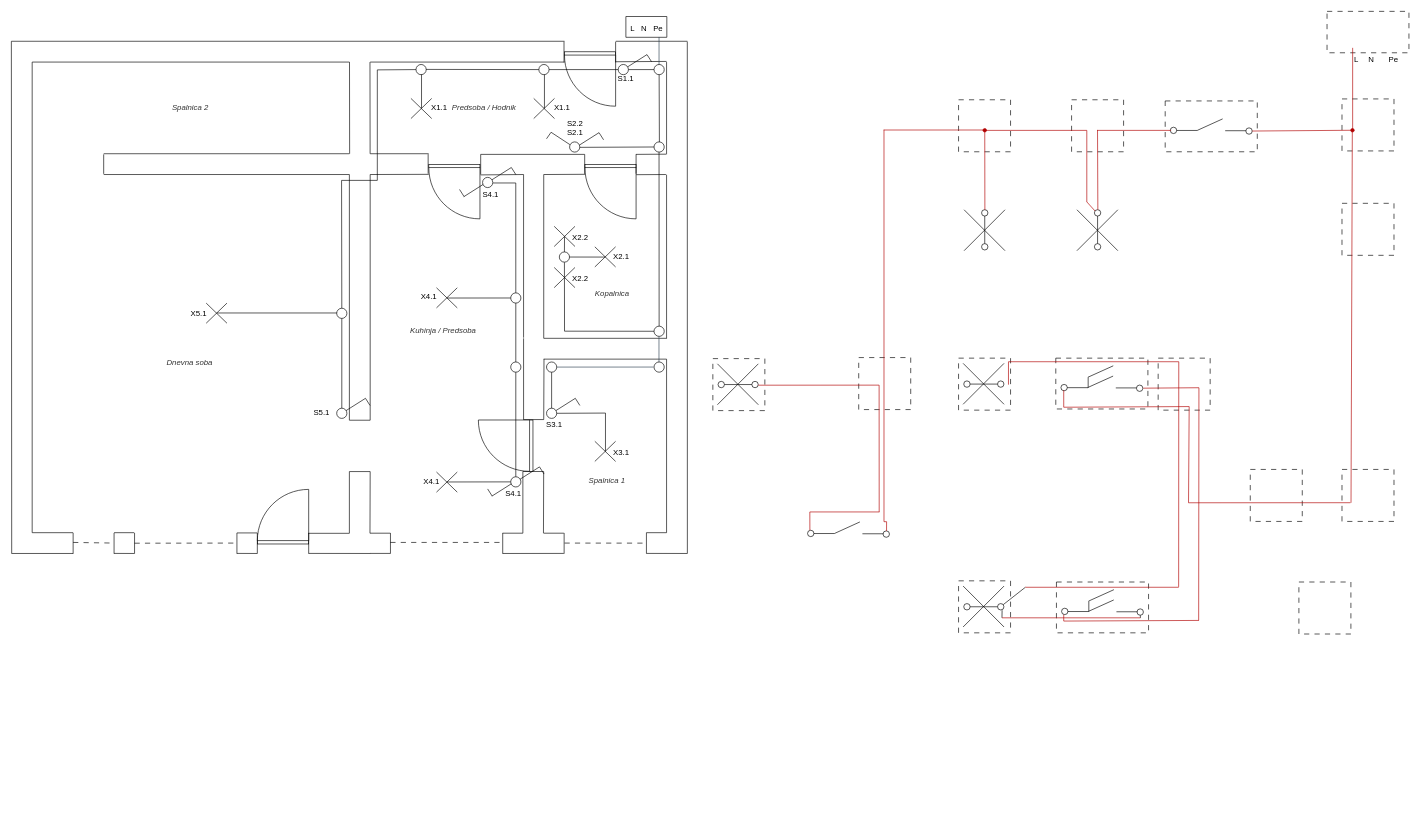
Above: Flat.drawio in Pino-Tortellino/Implementation-Schemes (draw.io), before the change. Source tidied: cells renumbered, new cells numbered last; positions are measured from the earlier drawing's top-left corner, leaving out a move shared by most shapes. Both pictures are drawn from the tidied source at 65%, with x=0, y=0 at pixel (11, 11).
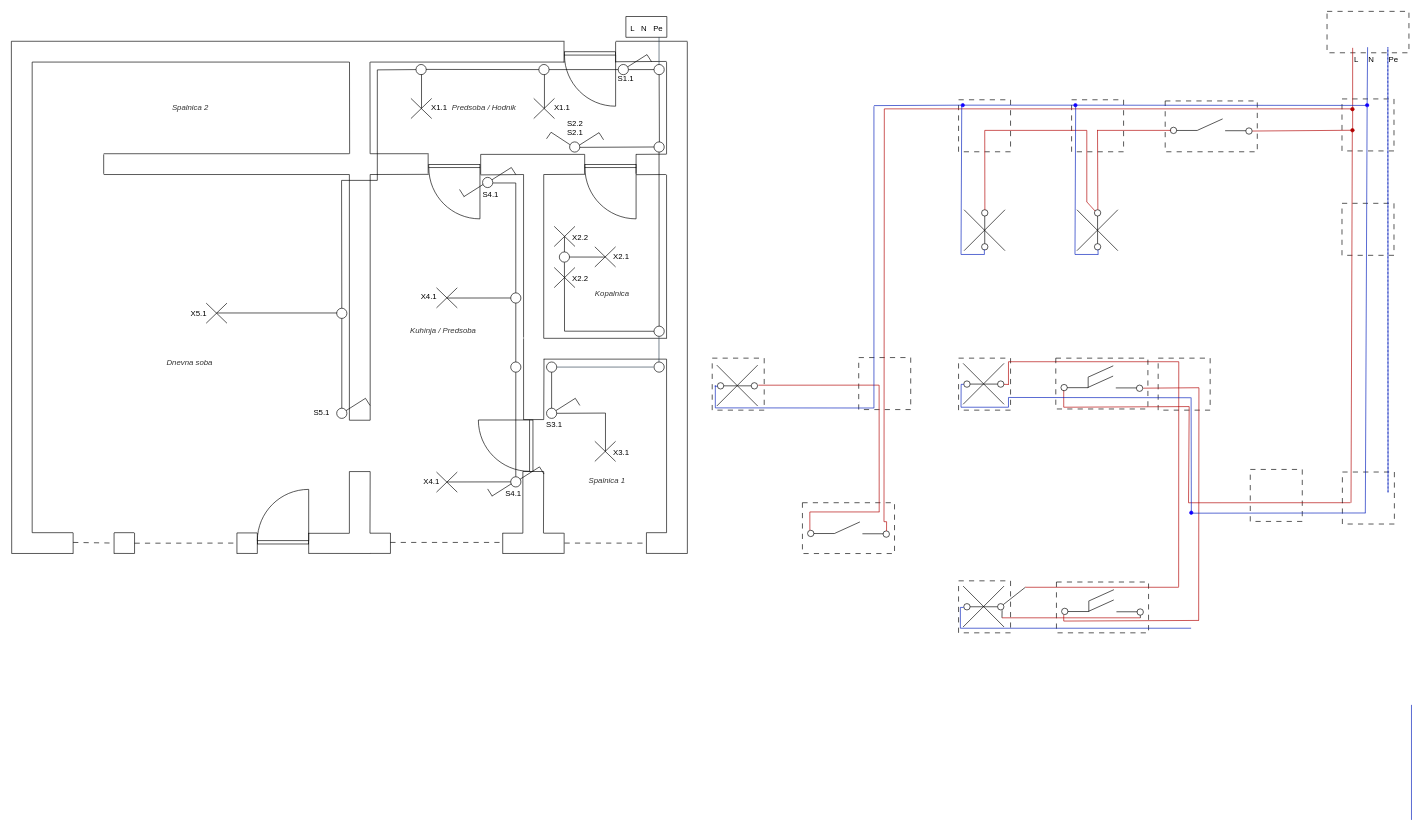
The same page after the edit.

Unchanged cells that the change refers to:
```xml
<mxCell id="221" style="group;" parent="1" vertex="1">
  <mxGeometry x="1217" y="757.9" width="141.7" height="78.2" as="geometry" />
</mxCell>
<mxCell id="231" style="group;" parent="1" vertex="1">
  <mxGeometry x="1457.2" y="295.3" width="80" height="80" as="geometry" />
</mxCell>
<mxCell id="237" style="group;rotation=90;" parent="1" vertex="1">
  <mxGeometry x="1457.2" y="533.5" width="80" height="80" as="geometry" />
</mxCell>
<mxCell id="245" style="group;rotation=90;" parent="1" vertex="1">
  <mxGeometry x="1457.2" y="876.1" width="80" height="80" as="geometry" />
</mxCell>
<mxCell id="251" style="ellipse;whiteSpace=wrap;html=1;fillColor=none;rotation=90;" parent="245" vertex="1">
  <mxGeometry x="8" y="35" width="9.8" height="9.8" as="geometry" />
</mxCell>
```

Diff of the diagram source:
```diff
@@
     <mxCell id="207" style="group;rotation=90;" parent="1" vertex="1">
-      <mxGeometry x="1079.2" y="534.2" width="80" height="80" as="geometry" />
+      <mxGeometry x="1078.2" y="536.2" width="80" height="80" as="geometry" />
     </mxCell>
-    <mxCell id="208" style="whiteSpace=wrap;html=1;fillColor=none;dashed=1;dashPattern=8 8;rotation=90;" parent="207" vertex="1">
-      <mxGeometry width="80" height="80" as="geometry" />
-    </mxCell>
@@
-    <mxCell id="214" style="group;" parent="1" vertex="1">
-      <mxGeometry x="1775.1" y="137.8" width="141.7" height="78.2" as="geometry" />
-    </mxCell>
-    <mxCell id="215" style="rounded=0;whiteSpace=wrap;html=1;fillColor=none;dashed=1;dashPattern=8 8;" parent="214" vertex="1">
-      <mxGeometry width="141.7" height="78.2" as="geometry" />
-    </mxCell>
-    <mxCell id="216" style="endArrow=none;html=1;rounded=0;" parent="214" edge="1">
-      <mxGeometry relative="1" as="geometry">
-        <mxPoint x="17.5" y="45.4" as="sourcePoint" />
-        <mxPoint x="49.5" y="45.4" as="targetPoint" />
-      </mxGeometry>
-    </mxCell>
-    <mxCell id="217" style="endArrow=none;html=1;rounded=0;" parent="214" edge="1">
-      <mxGeometry relative="1" as="geometry">
-        <mxPoint x="49.4" y="45.3" as="sourcePoint" />
-        <mxPoint x="88.4" y="27.6" as="targetPoint" />
-      </mxGeometry>
-    </mxCell>
-    <mxCell id="218" style="endArrow=none;html=1;rounded=0;" parent="214" edge="1">
-      <mxGeometry relative="1" as="geometry">
-        <mxPoint x="92.3" y="45.8" as="sourcePoint" />
-        <mxPoint x="124.3" y="45.8" as="targetPoint" />
-      </mxGeometry>
-    </mxCell>
-    <mxCell id="219" style="ellipse;whiteSpace=wrap;html=1;fillColor=none;" parent="214" vertex="1">
-      <mxGeometry x="7.9" y="40.4" width="9.8" height="9.8" as="geometry" />
-    </mxCell>
-    <mxCell id="220" style="ellipse;whiteSpace=wrap;html=1;fillColor=none;" parent="214" vertex="1">
-      <mxGeometry x="124.1" y="41.4" width="9.8" height="9.8" as="geometry" />
-    </mxCell>
+    <mxCell id="306" style="endArrow=none;html=1;rounded=0;fillColor=#0050ef;strokeColor=light-dark(#001DBC, #0026ff);" parent="207" edge="1">
+      <mxGeometry relative="1" as="geometry">
+        <mxPoint x="7.9" y="40.6" as="sourcePoint" />
+        <mxPoint x="3.9" y="40.6" as="targetPoint" />
+      </mxGeometry>
+    </mxCell>
+    <mxCell id="208" style="whiteSpace=wrap;html=1;fillColor=none;dashed=1;dashPattern=8 8;rotation=90;" parent="207" vertex="1">
+      <mxGeometry y="-2.7" width="80" height="80" as="geometry" />
+    </mxCell>
@@
+    <mxCell id="307" style="rounded=0;whiteSpace=wrap;html=1;fillColor=none;dashed=1;dashPattern=8 8;" parent="221" vertex="1">
+      <mxGeometry y="-2" width="141.7" height="78.2" as="geometry" />
+    </mxCell>
@@
-    <mxCell id="230" style="whiteSpace=wrap;html=1;fillColor=none;dashed=1;dashPattern=8 8;" parent="1" vertex="1">
-      <mxGeometry x="2047.1" y="704.7" width="80" height="80" as="geometry" />
-    </mxCell>
@@
+    <mxCell id="308" style="endArrow=none;html=1;rounded=0;fillColor=#0050ef;strokeColor=light-dark(#001DBC, #0026ff);" parent="231" edge="1">
+      <mxGeometry relative="1" as="geometry">
+        <mxPoint x="3.9" y="78.7" as="sourcePoint" />
+        <mxPoint x="39.8" y="78.7" as="targetPoint" />
+      </mxGeometry>
+    </mxCell>
@@
+    <mxCell id="309" style="endArrow=none;html=1;rounded=0;fillColor=#e51400;strokeColor=light-dark(#B20000,#FF1200);" parent="237" edge="1">
+      <mxGeometry relative="1" as="geometry">
+        <mxPoint x="69.9" y="40.3" as="sourcePoint" />
+        <mxPoint x="77.3" y="40.5" as="targetPoint" />
+      </mxGeometry>
+    </mxCell>
+    <mxCell id="310" style="endArrow=none;html=1;rounded=0;fillColor=#0050ef;strokeColor=light-dark(#001DBC, #0026ff);" parent="237" edge="1">
+      <mxGeometry relative="1" as="geometry">
+        <mxPoint x="7.9" y="40.3" as="sourcePoint" />
+        <mxPoint x="3.9" y="40.3" as="targetPoint" />
+      </mxGeometry>
+    </mxCell>
@@
-    <mxCell id="254" style="group;" parent="1" vertex="1">
-      <mxGeometry x="1606.8" y="533.5" width="141.7" height="78.2" as="geometry" />
-    </mxCell>
-    <mxCell id="255" style="endArrow=none;html=1;rounded=0;" parent="254" edge="1">
-      <mxGeometry relative="1" as="geometry">
-        <mxPoint x="17.5" y="45.4" as="sourcePoint" />
-        <mxPoint x="49.5" y="45.4" as="targetPoint" />
-      </mxGeometry>
-    </mxCell>
-    <mxCell id="256" style="endArrow=none;html=1;rounded=0;" parent="254" edge="1">
-      <mxGeometry relative="1" as="geometry">
-        <mxPoint x="49.4" y="29.4" as="sourcePoint" />
-        <mxPoint x="88.4" y="11.8" as="targetPoint" />
-      </mxGeometry>
-    </mxCell>
-    <mxCell id="257" style="endArrow=none;html=1;rounded=0;" parent="254" edge="1">
-      <mxGeometry relative="1" as="geometry">
-        <mxPoint x="92.3" y="45.8" as="sourcePoint" />
-        <mxPoint x="124.3" y="45.8" as="targetPoint" />
-      </mxGeometry>
-    </mxCell>
-    <mxCell id="258" style="ellipse;whiteSpace=wrap;html=1;fillColor=none;" parent="254" vertex="1">
-      <mxGeometry x="7.9" y="40.4" width="9.8" height="9.8" as="geometry" />
-    </mxCell>
-    <mxCell id="259" style="ellipse;whiteSpace=wrap;html=1;fillColor=none;" parent="254" vertex="1">
-      <mxGeometry x="124.1" y="41.4" width="9.8" height="9.8" as="geometry" />
-    </mxCell>
-    <mxCell id="260" style="endArrow=none;html=1;rounded=0;" parent="254" edge="1">
-      <mxGeometry relative="1" as="geometry">
-        <mxPoint x="49.2" y="45.2" as="sourcePoint" />
-        <mxPoint x="88.2" y="27.6" as="targetPoint" />
-      </mxGeometry>
-    </mxCell>
-    <mxCell id="261" style="endArrow=none;html=1;rounded=0;" parent="254" edge="1">
-      <mxGeometry relative="1" as="geometry">
-        <mxPoint x="49.8" y="45.6" as="sourcePoint" />
-        <mxPoint x="49.8" y="29.6" as="targetPoint" />
-      </mxGeometry>
-    </mxCell>
-    <mxCell id="262" style="group;" parent="254" vertex="1">
-      <mxGeometry width="141.7" height="78.2" as="geometry" />
-    </mxCell>
-    <mxCell id="263" style="rounded=0;whiteSpace=wrap;html=1;fillColor=none;dashed=1;dashPattern=8 8;" parent="262" vertex="1">
-      <mxGeometry width="141.7" height="78.2" as="geometry" />
-    </mxCell>
+    <mxCell id="311" style="endArrow=none;html=1;rounded=0;fillColor=#0050ef;strokeColor=light-dark(#001DBC, #0026ff);exitX=0.603;exitY=1.021;exitDx=0;exitDy=0;exitPerimeter=0;" parent="245" edge="1" source="251">
+      <mxGeometry relative="1" as="geometry">
+        <mxPoint x="2.8" y="40.9" as="targetPoint" />
+      </mxGeometry>
+    </mxCell>
@@
-    <mxCell id="271" style="endArrow=none;html=1;rounded=0;fillColor=#e51400;strokeColor=light-dark(#B20000,#FF1200);" parent="1" edge="1" source="273">
+    <mxCell id="271" style="endArrow=none;html=1;rounded=0;fillColor=#e51400;strokeColor=light-dark(#B20000,#FF1200);" parent="1" edge="1">
       <mxGeometry relative="1" as="geometry">
+        <mxPoint x="1497.5" y="183.1" as="sourcePoint" />
         <mxPoint x="1497.5" y="183.1" as="targetPoint" />
       </mxGeometry>
     </mxCell>
-    <mxCell id="272" style="endArrow=none;html=1;rounded=0;fillColor=#e51400;strokeColor=light-dark(#B20000,#FF1200);entryX=0.501;entryY=0.54;entryDx=0;entryDy=0;entryPerimeter=0;" parent="1" edge="1" target="273">
+    <mxCell id="272" style="endArrow=none;html=1;rounded=0;fillColor=#e51400;strokeColor=light-dark(#B20000,#FF1200);entryX=0.501;entryY=0.54;entryDx=0;entryDy=0;entryPerimeter=0;" parent="1" edge="1">
       <mxGeometry relative="1" as="geometry">
         <mxPoint x="1497.7" y="305.4" as="sourcePoint" />
+        <mxPoint x="1497.5" y="183.1" as="targetPoint" />
       </mxGeometry>
     </mxCell>
-    <mxCell id="273" style="ellipse;whiteSpace=wrap;html=1;fillColor=light-dark(#B20000,#FF1200);strokeColor=light-dark(#B20000,#FF1200);" parent="1" vertex="1">
-      <mxGeometry x="1494.8" y="180.2" width="5.4" height="5.4" as="geometry" />
-    </mxCell>
     <mxCell id="274" style="endArrow=none;html=1;rounded=0;fillColor=#e51400;strokeColor=light-dark(#B20000,#FF1200);" parent="1" edge="1">
       <mxGeometry relative="1" as="geometry">
-        <mxPoint x="1342" y="182.5" as="sourcePoint" />
-        <mxPoint x="1499" y="182.5" as="targetPoint" />
+        <mxPoint x="1343" y="150" as="sourcePoint" />
+        <mxPoint x="2063" y="150" as="targetPoint" />
       </mxGeometry>
     </mxCell>
     <mxCell id="275" style="endArrow=none;html=1;rounded=0;fillColor=#e51400;strokeColor=light-dark(#B20000,#FF1200);" parent="1" edge="1">
       <mxGeometry relative="1" as="geometry">
         <mxPoint x="1342.5" y="785.1" as="sourcePoint" />
-        <mxPoint x="1342.5" y="182.1" as="targetPoint" />
+        <mxPoint x="1343" y="150" as="targetPoint" />
       </mxGeometry>
     </mxCell>
@@
     <mxCell id="283" style="whiteSpace=wrap;html=1;fillColor=none;dashed=1;dashPattern=8 8;" parent="1" vertex="1">
-      <mxGeometry x="1980.8" y="877.9" width="80" height="80" as="geometry" />
+      <mxGeometry x="2047.7" y="708.7" width="80" height="80" as="geometry" />
     </mxCell>
@@
+    <mxCell id="312" style="endArrow=none;html=1;rounded=0;fillColor=#0050ef;strokeColor=light-dark(#001DBC, #0026ff);" parent="1" edge="1" source="325">
+      <mxGeometry relative="1" as="geometry">
+        <mxPoint x="2086.5" y="55.1" as="targetPoint" />
+      </mxGeometry>
+    </mxCell>
+    <mxCell id="313" style="endArrow=none;html=1;rounded=0;fillColor=#0050ef;strokeColor=light-dark(#001DBC, #0026ff);" parent="1" edge="1">
+      <mxGeometry relative="1" as="geometry">
+        <mxPoint x="1815" y="772" as="sourcePoint" />
+        <mxPoint x="2083.2" y="771.7" as="targetPoint" />
+      </mxGeometry>
+    </mxCell>
+    <mxCell id="314" style="endArrow=none;html=1;rounded=0;fillColor=#0050ef;strokeColor=light-dark(#001DBC, #0026ff);" parent="1" edge="1">
+      <mxGeometry relative="1" as="geometry">
+        <mxPoint x="1462.1" y="145.7" as="sourcePoint" />
+        <mxPoint x="1461" y="374" as="targetPoint" />
+      </mxGeometry>
+    </mxCell>
+    <mxCell id="315" style="endArrow=none;html=1;rounded=0;fillColor=#0050ef;strokeColor=light-dark(#001DBC, #0026ff);" parent="1" edge="1">
+      <mxGeometry relative="1" as="geometry">
+        <mxPoint x="1460" y="949" as="sourcePoint" />
+        <mxPoint x="1815" y="949" as="targetPoint" />
+      </mxGeometry>
+    </mxCell>
+    <mxCell id="316" style="endArrow=none;html=1;rounded=0;fillColor=#0050ef;strokeColor=light-dark(#001DBC, #0026ff);" parent="1" edge="1">
+      <mxGeometry relative="1" as="geometry">
+        <mxPoint x="1460" y="917" as="sourcePoint" />
+        <mxPoint x="1460" y="949" as="targetPoint" />
+      </mxGeometry>
+    </mxCell>
+    <mxCell id="317" style="endArrow=none;html=1;rounded=0;fillColor=#0050ef;strokeColor=light-dark(#001DBC, #0026ff);entryX=0.523;entryY=0.518;entryDx=0;entryDy=0;entryPerimeter=0;" parent="1" edge="1" target="320">
+      <mxGeometry relative="1" as="geometry">
+        <mxPoint x="1815" y="594" as="sourcePoint" />
+      </mxGeometry>
+    </mxCell>
+    <mxCell id="255" style="endArrow=none;html=1;rounded=0;" parent="1" edge="1">
+      <mxGeometry relative="1" as="geometry">
+        <mxPoint x="1624.3" y="578.9" as="sourcePoint" />
+        <mxPoint x="1656.3" y="578.9" as="targetPoint" />
+      </mxGeometry>
+    </mxCell>
+    <mxCell id="256" style="endArrow=none;html=1;rounded=0;" parent="1" edge="1">
+      <mxGeometry relative="1" as="geometry">
+        <mxPoint x="1656.2" y="562.9" as="sourcePoint" />
+        <mxPoint x="1695.2" y="545.3" as="targetPoint" />
+      </mxGeometry>
+    </mxCell>
+    <mxCell id="257" style="endArrow=none;html=1;rounded=0;" parent="1" edge="1">
+      <mxGeometry relative="1" as="geometry">
+        <mxPoint x="1699.1" y="579.3" as="sourcePoint" />
+        <mxPoint x="1731.1" y="579.3" as="targetPoint" />
+      </mxGeometry>
+    </mxCell>
+    <mxCell id="258" style="ellipse;whiteSpace=wrap;html=1;fillColor=none;" parent="1" vertex="1">
+      <mxGeometry x="1614.7" y="573.9" width="9.8" height="9.8" as="geometry" />
+    </mxCell>
+    <mxCell id="259" style="ellipse;whiteSpace=wrap;html=1;fillColor=none;" parent="1" vertex="1">
+      <mxGeometry x="1730.8" y="574.9" width="9.8" height="9.8" as="geometry" />
+    </mxCell>
+    <mxCell id="260" style="endArrow=none;html=1;rounded=0;" parent="1" edge="1">
+      <mxGeometry relative="1" as="geometry">
+        <mxPoint x="1656" y="578.7" as="sourcePoint" />
+        <mxPoint x="1695" y="561.1" as="targetPoint" />
+      </mxGeometry>
+    </mxCell>
+    <mxCell id="261" style="endArrow=none;html=1;rounded=0;" parent="1" edge="1">
+      <mxGeometry relative="1" as="geometry">
+        <mxPoint x="1656.6" y="579.1" as="sourcePoint" />
+        <mxPoint x="1656.6" y="563.1" as="targetPoint" />
+      </mxGeometry>
+    </mxCell>
+    <mxCell id="262" style="group;" parent="1" vertex="1">
+      <mxGeometry x="1606.8" y="533.5" width="141.7" height="78.2" as="geometry" />
+    </mxCell>
+    <mxCell id="263" style="rounded=0;whiteSpace=wrap;html=1;fillColor=none;dashed=1;dashPattern=8 8;" parent="262" vertex="1">
+      <mxGeometry width="141.7" height="78.2" as="geometry" />
+    </mxCell>
+    <mxCell id="318" style="endArrow=none;html=1;rounded=0;fillColor=#0050ef;strokeColor=light-dark(#001DBC, #0026ff);entryX=0.389;entryY=0.72;entryDx=0;entryDy=0;entryPerimeter=0;" parent="262" edge="1">
+      <mxGeometry relative="1" as="geometry">
+        <mxPoint x="-72.8" y="60.5" as="sourcePoint" />
+        <mxPoint x="207.7" y="60.9" as="targetPoint" />
+      </mxGeometry>
+    </mxCell>
+    <mxCell id="319" style="endArrow=none;html=1;rounded=0;fillColor=#0050ef;strokeColor=light-dark(#001DBC, #0026ff);" parent="1" edge="1">
+      <mxGeometry relative="1" as="geometry">
+        <mxPoint x="1534" y="594" as="sourcePoint" />
+        <mxPoint x="1534" y="609" as="targetPoint" />
+      </mxGeometry>
+    </mxCell>
+    <mxCell id="320" style="ellipse;whiteSpace=wrap;html=1;strokeColor=light-dark(#1000FF,#1000FF);fillColor=light-dark(#1000FF,#1000FF);" parent="1" vertex="1">
+      <mxGeometry x="1812.6" y="768.7" width="5.2" height="5.2" as="geometry" />
+    </mxCell>
+    <mxCell id="321" style="endArrow=none;html=1;rounded=0;fillColor=#0050ef;strokeColor=light-dark(#001DBC, #0026ff);" parent="1" edge="1">
+      <mxGeometry relative="1" as="geometry">
+        <mxPoint x="1461" y="609" as="sourcePoint" />
+        <mxPoint x="1534" y="609" as="targetPoint" />
+      </mxGeometry>
+    </mxCell>
+    <mxCell id="322" style="endArrow=none;html=1;rounded=0;fillColor=#0050ef;strokeColor=light-dark(#001DBC, #0026ff);" parent="1" edge="1">
+      <mxGeometry relative="1" as="geometry">
+        <mxPoint x="1461.2" y="573.8" as="sourcePoint" />
+        <mxPoint x="1461" y="609" as="targetPoint" />
+      </mxGeometry>
+    </mxCell>
+    <mxCell id="323" style="ellipse;whiteSpace=wrap;html=1;fillColor=light-dark(#B20000,#FF1200);strokeColor=light-dark(#B20000,#FF1200);" parent="1" vertex="1">
+      <mxGeometry x="2060.5" y="147.7" width="5.4" height="5.4" as="geometry" />
+    </mxCell>
+    <mxCell id="215" style="rounded=0;whiteSpace=wrap;html=1;fillColor=none;dashed=1;dashPattern=8 8;" parent="1" vertex="1">
+      <mxGeometry x="1775.1" y="137.8" width="141.7" height="78.2" as="geometry" />
+    </mxCell>
+    <mxCell id="216" style="endArrow=none;html=1;rounded=0;" parent="1" edge="1">
+      <mxGeometry relative="1" as="geometry">
+        <mxPoint x="1792.5" y="183.2" as="sourcePoint" />
+        <mxPoint x="1824.5" y="183.2" as="targetPoint" />
+      </mxGeometry>
+    </mxCell>
+    <mxCell id="217" style="endArrow=none;html=1;rounded=0;" parent="1" edge="1">
+      <mxGeometry relative="1" as="geometry">
+        <mxPoint x="1824.5" y="183.1" as="sourcePoint" />
+        <mxPoint x="1863.5" y="165.4" as="targetPoint" />
+      </mxGeometry>
+    </mxCell>
+    <mxCell id="218" style="endArrow=none;html=1;rounded=0;" parent="1" edge="1">
+      <mxGeometry relative="1" as="geometry">
+        <mxPoint x="1867.3" y="183.6" as="sourcePoint" />
+        <mxPoint x="1899.3" y="183.6" as="targetPoint" />
+      </mxGeometry>
+    </mxCell>
+    <mxCell id="219" style="ellipse;whiteSpace=wrap;html=1;fillColor=none;" parent="1" vertex="1">
+      <mxGeometry x="1783" y="178.2" width="9.8" height="9.8" as="geometry" />
+    </mxCell>
+    <mxCell id="220" style="ellipse;whiteSpace=wrap;html=1;fillColor=none;" parent="1" vertex="1">
+      <mxGeometry x="1899.1" y="179.2" width="9.8" height="9.8" as="geometry" />
+    </mxCell>
+    <mxCell id="324" style="endArrow=none;html=1;rounded=0;fillColor=#0050ef;strokeColor=light-dark(#001DBC, #0026ff);" parent="1" edge="1" target="325">
+      <mxGeometry relative="1" as="geometry">
+        <mxPoint x="2083" y="772" as="sourcePoint" />
+      </mxGeometry>
+    </mxCell>
+    <mxCell id="325" style="ellipse;whiteSpace=wrap;html=1;strokeColor=light-dark(#1000FF,#1000FF);fillColor=light-dark(#1000FF,#1000FF);" parent="1" vertex="1">
+      <mxGeometry x="2083.2" y="141.7" width="5.2" height="5.2" as="geometry" />
+    </mxCell>
+    <mxCell id="326" style="endArrow=none;html=1;rounded=0;fillColor=#0050ef;strokeColor=light-dark(#001DBC, #0026ff);" parent="1" edge="1" source="328">
+      <mxGeometry relative="1" as="geometry">
+        <mxPoint x="2083.7" y="144.7" as="targetPoint" />
+      </mxGeometry>
+    </mxCell>
+    <mxCell id="327" style="endArrow=none;html=1;rounded=0;fillColor=#0050ef;strokeColor=light-dark(#001DBC, #0026ff);" parent="1" edge="1" source="330" target="328">
+      <mxGeometry relative="1" as="geometry" />
+    </mxCell>
+    <mxCell id="328" style="ellipse;whiteSpace=wrap;html=1;strokeColor=light-dark(#1000FF,#1000FF);fillColor=light-dark(#1000FF,#1000FF);" parent="1" vertex="1">
+      <mxGeometry x="1634.4" y="141.7" width="5.2" height="5.2" as="geometry" />
+    </mxCell>
+    <mxCell id="329" style="endArrow=none;html=1;rounded=0;fillColor=#0050ef;strokeColor=light-dark(#001DBC, #0026ff);" parent="1" edge="1" target="330">
+      <mxGeometry relative="1" as="geometry">
+        <mxPoint x="1327" y="145" as="sourcePoint" />
+      </mxGeometry>
+    </mxCell>
+    <mxCell id="330" style="ellipse;whiteSpace=wrap;html=1;strokeColor=light-dark(#1000FF,#1000FF);fillColor=light-dark(#1000FF,#1000FF);" parent="1" vertex="1">
+      <mxGeometry x="1461.1" y="141.7" width="5.2" height="5.2" as="geometry" />
+    </mxCell>
+    <mxCell id="331" style="endArrow=none;html=1;rounded=0;fillColor=#0050ef;strokeColor=light-dark(#001DBC, #0026ff);" parent="1" edge="1">
+      <mxGeometry relative="1" as="geometry">
+        <mxPoint x="2154" y="1066.9" as="sourcePoint" />
+        <mxPoint x="2154" y="1243.9" as="targetPoint" />
+      </mxGeometry>
+    </mxCell>
+    <mxCell id="332" style="endArrow=none;html=1;rounded=0;fillColor=#0050ef;strokeColor=light-dark(#001DBC, #0026ff);" parent="1" edge="1">
+      <mxGeometry relative="1" as="geometry">
+        <mxPoint x="1637.4" y="145.7" as="sourcePoint" />
+        <mxPoint x="1636.3" y="374" as="targetPoint" />
+      </mxGeometry>
+    </mxCell>
+    <mxCell id="333" style="endArrow=none;html=1;rounded=0;fillColor=#0050ef;strokeColor=light-dark(#001DBC, #0026ff);" parent="1" edge="1">
+      <mxGeometry relative="1" as="geometry">
+        <mxPoint x="1636.4" y="374" as="sourcePoint" />
+        <mxPoint x="1672.2" y="374" as="targetPoint" />
+      </mxGeometry>
+    </mxCell>
+    <mxCell id="334" style="endArrow=none;html=1;rounded=0;fillColor=#0050ef;strokeColor=light-dark(#001DBC, #0026ff);" parent="1" edge="1">
+      <mxGeometry relative="1" as="geometry">
+        <mxPoint x="1496.8" y="366" as="sourcePoint" />
+        <mxPoint x="1497" y="374" as="targetPoint" />
+      </mxGeometry>
+    </mxCell>
+    <mxCell id="335" style="endArrow=none;html=1;rounded=0;fillColor=#0050ef;strokeColor=light-dark(#001DBC, #0026ff);" parent="1" edge="1">
+      <mxGeometry relative="1" as="geometry">
+        <mxPoint x="1671.7" y="366.1" as="sourcePoint" />
+        <mxPoint x="1671.9" y="374.1" as="targetPoint" />
+      </mxGeometry>
+    </mxCell>
+    <mxCell id="336" style="endArrow=none;html=1;rounded=0;fillColor=#0050ef;strokeColor=light-dark(#001DBC, #0026ff);" parent="1" edge="1">
+      <mxGeometry relative="1" as="geometry">
+        <mxPoint x="1327" y="146" as="sourcePoint" />
+        <mxPoint x="1327" y="610" as="targetPoint" />
+      </mxGeometry>
+    </mxCell>
+    <mxCell id="337" style="endArrow=none;html=1;rounded=0;fillColor=#0050ef;strokeColor=light-dark(#001DBC, #0026ff);" parent="1" edge="1">
+      <mxGeometry relative="1" as="geometry">
+        <mxPoint x="1083" y="610" as="sourcePoint" />
+        <mxPoint x="1327.4" y="610.2" as="targetPoint" />
+      </mxGeometry>
+    </mxCell>
+    <mxCell id="338" style="endArrow=none;html=1;rounded=0;fillColor=#0050ef;strokeColor=light-dark(#001DBC, #0026ff);" parent="1" edge="1">
+      <mxGeometry relative="1" as="geometry">
+        <mxPoint x="1083" y="610" as="sourcePoint" />
+        <mxPoint x="1083" y="575" as="targetPoint" />
+      </mxGeometry>
+    </mxCell>
+    <mxCell id="339" style="group;" parent="1" vertex="1">
+      <mxGeometry x="2117.6" y="55.1" width="0.4" height="684.9" as="geometry" />
+    </mxCell>
+    <mxCell id="340" style="endArrow=none;html=1;rounded=0;fillColor=#0050ef;strokeColor=light-dark(#001DBC,#33FF33);" parent="339" edge="1">
+      <mxGeometry relative="1" as="geometry">
+        <mxPoint x="0.4" y="684.9" as="sourcePoint" />
+        <mxPoint x="0.1" as="targetPoint" />
+      </mxGeometry>
+    </mxCell>
+    <mxCell id="341" style="endArrow=none;html=1;rounded=0;fillColor=#0050ef;strokeColor=light-dark(#001DBC,#FFFF00);dashed=1;" parent="339" edge="1">
+      <mxGeometry relative="1" as="geometry">
+        <mxPoint x="0.3" y="684.9" as="sourcePoint" />
+        <mxPoint as="targetPoint" />
+      </mxGeometry>
+    </mxCell>
```
